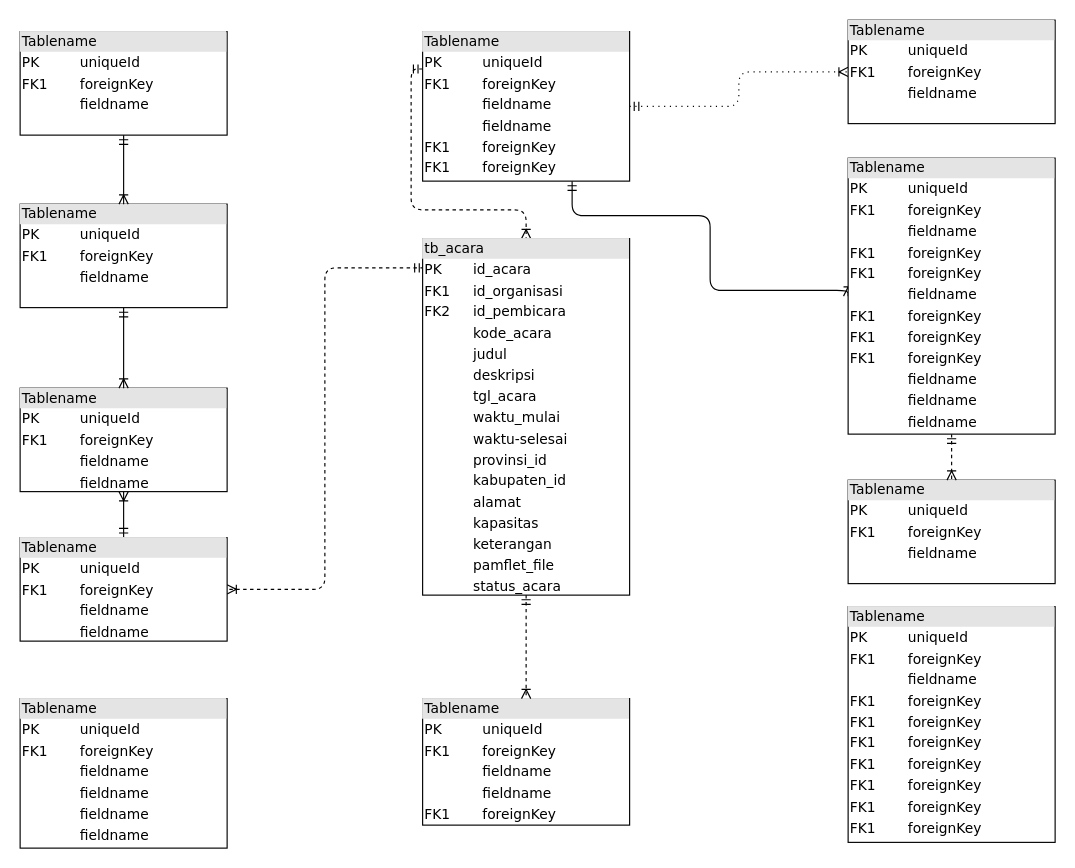
Before: Untitled Diagram.drawio in radifanmp/REM, a draw.io diagram. Source tidied: cells renumbered, new cells numbered last; positions are measured from the earlier drawing's top-left corner, leaving out a move shared by most shapes. Both pictures are drawn from the tidied source at 115%, with x=0, y=0 at pixel (20, 20).
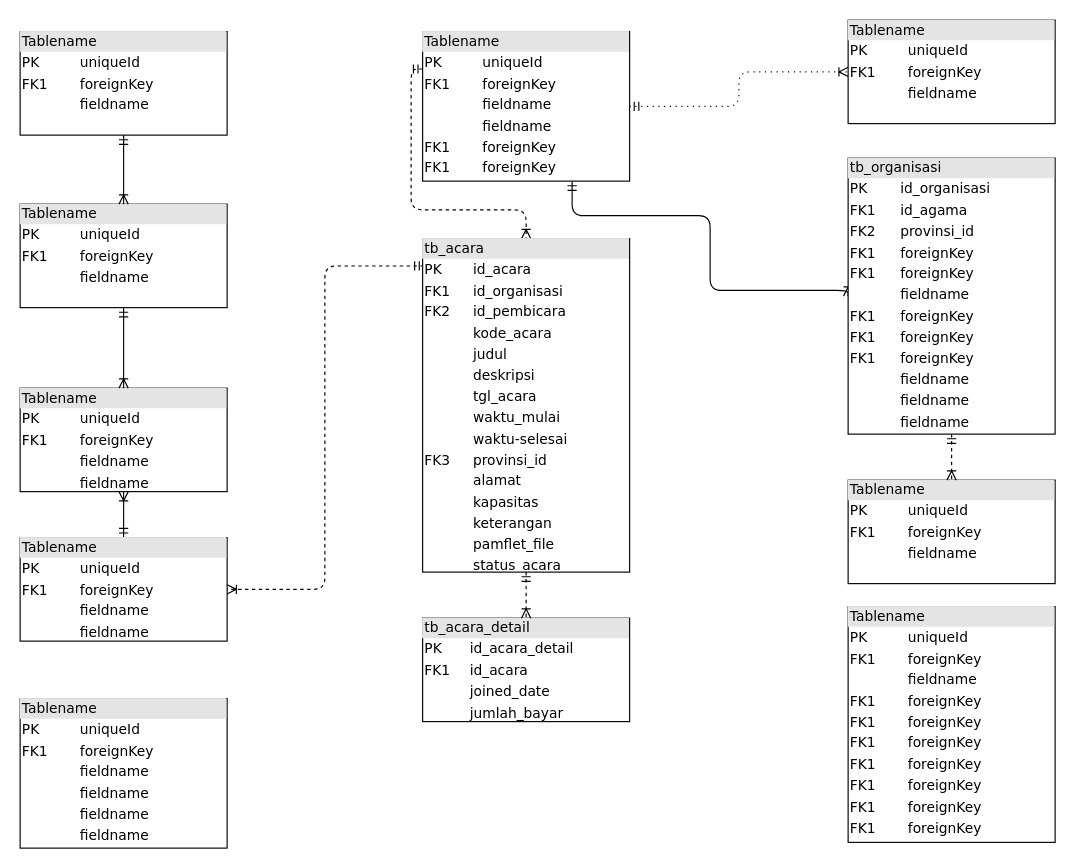
The same page after the edit.

Diff of the diagram source:
```diff
@@
-    <mxCell id="14" value="&lt;div style=&quot;box-sizing: border-box ; width: 100% ; background: #e4e4e4 ; padding: 2px&quot;&gt;Tablename&lt;/div&gt;&lt;table style=&quot;width: 100% ; font-size: 1em&quot; cellpadding=&quot;2&quot; cellspacing=&quot;0&quot;&gt;&lt;tbody&gt;&lt;tr&gt;&lt;td&gt;PK&lt;/td&gt;&lt;td&gt;uniqueId&lt;/td&gt;&lt;/tr&gt;&lt;tr&gt;&lt;td&gt;FK1&lt;/td&gt;&lt;td&gt;foreignKey&lt;/td&gt;&lt;/tr&gt;&lt;tr&gt;&lt;td&gt;&lt;/td&gt;&lt;td&gt;fieldname&lt;/td&gt;&lt;/tr&gt;&lt;tr&gt;&lt;td&gt;&lt;br&gt;&lt;/td&gt;&lt;td&gt;fieldname&lt;br&gt;&lt;/td&gt;&lt;/tr&gt;&lt;tr&gt;&lt;td&gt;FK1&lt;br&gt;&lt;/td&gt;&lt;td&gt;foreignKey&lt;br&gt;&lt;/td&gt;&lt;/tr&gt;&lt;/tbody&gt;&lt;/table&gt;" style="verticalAlign=top;align=left;overflow=fill;html=1;rounded=0;shadow=0;comic=0;labelBackgroundColor=none;strokeColor=#000000;strokeWidth=1;fillColor=#ffffff;fontFamily=Verdana;fontSize=12;fontColor=#000000;" parent="1" vertex="1">
-      <mxGeometry x="350" y="590" width="180" height="110" as="geometry" />
+    <mxCell id="14" value="&lt;div style=&quot;box-sizing: border-box ; width: 100% ; background: #e4e4e4 ; padding: 2px&quot;&gt;tb_acara_detail&lt;/div&gt;&lt;table style=&quot;width: 100% ; font-size: 1em&quot; cellpadding=&quot;2&quot; cellspacing=&quot;0&quot;&gt;&lt;tbody&gt;&lt;tr&gt;&lt;td&gt;PK&lt;/td&gt;&lt;td&gt;id_acara_detail&lt;/td&gt;&lt;/tr&gt;&lt;tr&gt;&lt;td&gt;FK1&lt;/td&gt;&lt;td&gt;id_acara&lt;/td&gt;&lt;/tr&gt;&lt;tr&gt;&lt;td&gt;&lt;/td&gt;&lt;td&gt;joined_date&lt;/td&gt;&lt;/tr&gt;&lt;tr&gt;&lt;td&gt;&lt;br&gt;&lt;/td&gt;&lt;td&gt;jumlah_bayar&lt;br&gt;&lt;/td&gt;&lt;/tr&gt;&lt;/tbody&gt;&lt;/table&gt;" style="verticalAlign=top;align=left;overflow=fill;html=1;rounded=0;shadow=0;comic=0;labelBackgroundColor=none;strokeColor=#000000;strokeWidth=1;fillColor=#ffffff;fontFamily=Verdana;fontSize=12;fontColor=#000000;" parent="1" vertex="1">
+      <mxGeometry x="350" y="520" width="180" height="90" as="geometry" />
     </mxCell>
@@
-    <mxCell id="16" value="&lt;div style=&quot;box-sizing: border-box ; width: 100% ; background: #e4e4e4 ; padding: 2px&quot;&gt;tb_acara&lt;/div&gt;&lt;table style=&quot;width: 100% ; font-size: 1em&quot; cellpadding=&quot;2&quot; cellspacing=&quot;0&quot;&gt;&lt;tbody&gt;&lt;tr&gt;&lt;td&gt;PK&lt;/td&gt;&lt;td&gt;id_acara&lt;/td&gt;&lt;/tr&gt;&lt;tr&gt;&lt;td&gt;FK1&lt;/td&gt;&lt;td&gt;id_organisasi&lt;/td&gt;&lt;/tr&gt;&lt;tr&gt;&lt;td&gt;FK2&lt;/td&gt;&lt;td&gt;id_pembicara&lt;/td&gt;&lt;/tr&gt;&lt;tr&gt;&lt;td&gt;&lt;/td&gt;&lt;td&gt;kode_acara&lt;/td&gt;&lt;/tr&gt;&lt;tr&gt;&lt;td&gt;&lt;br&gt;&lt;/td&gt;&lt;td&gt;judul&lt;br&gt;&lt;/td&gt;&lt;/tr&gt;&lt;tr&gt;&lt;td&gt;&lt;br&gt;&lt;/td&gt;&lt;td&gt;deskripsi&lt;br&gt;&lt;/td&gt;&lt;/tr&gt;&lt;tr&gt;&lt;td&gt;&lt;br&gt;&lt;/td&gt;&lt;td&gt;tgl_acara&lt;br&gt;&lt;/td&gt;&lt;/tr&gt;&lt;tr&gt;&lt;td&gt;&lt;br&gt;&lt;/td&gt;&lt;td&gt;waktu_mulai&lt;/td&gt;&lt;/tr&gt;&lt;tr&gt;&lt;td&gt;&lt;br&gt;&lt;/td&gt;&lt;td&gt;waktu-selesai&lt;br&gt;&lt;/td&gt;&lt;/tr&gt;&lt;tr&gt;&lt;td&gt;&lt;br&gt;&lt;/td&gt;&lt;td&gt;provinsi_id&lt;/td&gt;&lt;/tr&gt;&lt;tr&gt;&lt;td&gt;&lt;br&gt;&lt;/td&gt;&lt;td&gt;kabupaten_id&lt;/td&gt;&lt;/tr&gt;&lt;tr&gt;&lt;td&gt;&lt;br&gt;&lt;/td&gt;&lt;td&gt;alamat&lt;/td&gt;&lt;/tr&gt;&lt;tr&gt;&lt;td&gt;&lt;br&gt;&lt;/td&gt;&lt;td&gt;kapasitas&lt;br&gt;&lt;/td&gt;&lt;/tr&gt;&lt;tr&gt;&lt;td&gt;&lt;br&gt;&lt;/td&gt;&lt;td&gt;keterangan&lt;/td&gt;&lt;/tr&gt;&lt;tr&gt;&lt;td&gt;&lt;br&gt;&lt;/td&gt;&lt;td&gt;pamflet_file&lt;br&gt;&lt;/td&gt;&lt;/tr&gt;&lt;tr&gt;&lt;td&gt;&lt;br&gt;&lt;/td&gt;&lt;td&gt;status_acara&lt;/td&gt;&lt;/tr&gt;&lt;tr&gt;&lt;td&gt;&lt;br&gt;&lt;/td&gt;&lt;td&gt;&lt;br&gt;&lt;/td&gt;&lt;/tr&gt;&lt;/tbody&gt;&lt;/table&gt;" style="verticalAlign=top;align=left;overflow=fill;html=1;rounded=0;shadow=0;comic=0;labelBackgroundColor=none;strokeColor=#000000;strokeWidth=1;fillColor=#ffffff;fontFamily=Verdana;fontSize=12;fontColor=#000000;" parent="1" vertex="1">
-      <mxGeometry x="350" y="190" width="180" height="310" as="geometry" />
+    <mxCell id="16" value="&lt;div style=&quot;box-sizing: border-box ; width: 100% ; background: #e4e4e4 ; padding: 2px&quot;&gt;tb_acara&lt;/div&gt;&lt;table style=&quot;width: 100% ; font-size: 1em&quot; cellpadding=&quot;2&quot; cellspacing=&quot;0&quot;&gt;&lt;tbody&gt;&lt;tr&gt;&lt;td&gt;PK&lt;/td&gt;&lt;td&gt;id_acara&lt;/td&gt;&lt;/tr&gt;&lt;tr&gt;&lt;td&gt;FK1&lt;/td&gt;&lt;td&gt;id_organisasi&lt;/td&gt;&lt;/tr&gt;&lt;tr&gt;&lt;td&gt;FK2&lt;/td&gt;&lt;td&gt;id_pembicara&lt;/td&gt;&lt;/tr&gt;&lt;tr&gt;&lt;td&gt;&lt;/td&gt;&lt;td&gt;kode_acara&lt;/td&gt;&lt;/tr&gt;&lt;tr&gt;&lt;td&gt;&lt;br&gt;&lt;/td&gt;&lt;td&gt;judul&lt;br&gt;&lt;/td&gt;&lt;/tr&gt;&lt;tr&gt;&lt;td&gt;&lt;br&gt;&lt;/td&gt;&lt;td&gt;deskripsi&lt;br&gt;&lt;/td&gt;&lt;/tr&gt;&lt;tr&gt;&lt;td&gt;&lt;br&gt;&lt;/td&gt;&lt;td&gt;tgl_acara&lt;br&gt;&lt;/td&gt;&lt;/tr&gt;&lt;tr&gt;&lt;td&gt;&lt;br&gt;&lt;/td&gt;&lt;td&gt;waktu_mulai&lt;/td&gt;&lt;/tr&gt;&lt;tr&gt;&lt;td&gt;&lt;br&gt;&lt;/td&gt;&lt;td&gt;waktu-selesai&lt;br&gt;&lt;/td&gt;&lt;/tr&gt;&lt;tr&gt;&lt;td&gt;FK3&lt;/td&gt;&lt;td&gt;provinsi_id&lt;/td&gt;&lt;/tr&gt;&lt;tr&gt;&lt;td&gt;&lt;br&gt;&lt;/td&gt;&lt;td&gt;alamat&lt;/td&gt;&lt;/tr&gt;&lt;tr&gt;&lt;td&gt;&lt;br&gt;&lt;/td&gt;&lt;td&gt;kapasitas&lt;br&gt;&lt;/td&gt;&lt;/tr&gt;&lt;tr&gt;&lt;td&gt;&lt;br&gt;&lt;/td&gt;&lt;td&gt;keterangan&lt;/td&gt;&lt;/tr&gt;&lt;tr&gt;&lt;td&gt;&lt;br&gt;&lt;/td&gt;&lt;td&gt;pamflet_file&lt;br&gt;&lt;/td&gt;&lt;/tr&gt;&lt;tr&gt;&lt;td&gt;&lt;br&gt;&lt;/td&gt;&lt;td&gt;status_acara&lt;/td&gt;&lt;/tr&gt;&lt;tr&gt;&lt;td&gt;&lt;br&gt;&lt;/td&gt;&lt;td&gt;&lt;br&gt;&lt;/td&gt;&lt;/tr&gt;&lt;/tbody&gt;&lt;/table&gt;" style="verticalAlign=top;align=left;overflow=fill;html=1;rounded=0;shadow=0;comic=0;labelBackgroundColor=none;strokeColor=#000000;strokeWidth=1;fillColor=#ffffff;fontFamily=Verdana;fontSize=12;fontColor=#000000;" parent="1" vertex="1">
+      <mxGeometry x="350" y="190" width="180" height="290" as="geometry" />
     </mxCell>
@@
-    <mxCell id="19" value="&lt;div style=&quot;box-sizing: border-box ; width: 100% ; background: #e4e4e4 ; padding: 2px&quot;&gt;Tablename&lt;/div&gt;&lt;table style=&quot;width: 100% ; font-size: 1em&quot; cellpadding=&quot;2&quot; cellspacing=&quot;0&quot;&gt;&lt;tbody&gt;&lt;tr&gt;&lt;td&gt;PK&lt;/td&gt;&lt;td&gt;uniqueId&lt;/td&gt;&lt;/tr&gt;&lt;tr&gt;&lt;td&gt;FK1&lt;/td&gt;&lt;td&gt;foreignKey&lt;/td&gt;&lt;/tr&gt;&lt;tr&gt;&lt;td&gt;&lt;/td&gt;&lt;td&gt;fieldname&lt;/td&gt;&lt;/tr&gt;&lt;tr&gt;&lt;td&gt;FK1&lt;br&gt;&lt;/td&gt;&lt;td&gt;foreignKey&lt;br&gt;&lt;/td&gt;&lt;/tr&gt;&lt;tr&gt;&lt;td&gt;FK1&lt;br&gt;&lt;/td&gt;&lt;td&gt;foreignKey&lt;br&gt;&lt;/td&gt;&lt;/tr&gt;&lt;tr&gt;&lt;td&gt;&lt;br&gt;&lt;/td&gt;&lt;td&gt;fieldname&lt;br&gt;&lt;/td&gt;&lt;/tr&gt;&lt;tr&gt;&lt;td&gt;FK1&lt;br&gt;&lt;/td&gt;&lt;td&gt;foreignKey&lt;br&gt;&lt;/td&gt;&lt;/tr&gt;&lt;tr&gt;&lt;td&gt;FK1&lt;br&gt;&lt;/td&gt;&lt;td&gt;foreignKey&lt;br&gt;&lt;/td&gt;&lt;/tr&gt;&lt;tr&gt;&lt;td&gt;FK1&lt;br&gt;&lt;/td&gt;&lt;td&gt;foreignKey&lt;br&gt;&lt;/td&gt;&lt;/tr&gt;&lt;tr&gt;&lt;td&gt;&lt;br&gt;&lt;/td&gt;&lt;td&gt;fieldname&lt;br&gt;&lt;/td&gt;&lt;/tr&gt;&lt;tr&gt;&lt;td&gt;&lt;br&gt;&lt;/td&gt;&lt;td&gt;fieldname&lt;br&gt;&lt;/td&gt;&lt;/tr&gt;&lt;tr&gt;&lt;td&gt;&lt;br&gt;&lt;/td&gt;&lt;td&gt;fieldname&lt;br&gt;&lt;/td&gt;&lt;/tr&gt;&lt;/tbody&gt;&lt;/table&gt;" style="verticalAlign=top;align=left;overflow=fill;html=1;rounded=0;shadow=0;comic=0;labelBackgroundColor=none;strokeColor=#000000;strokeWidth=1;fillColor=#ffffff;fontFamily=Verdana;fontSize=12;fontColor=#000000;" parent="1" vertex="1">
+    <mxCell id="19" value="&lt;div style=&quot;box-sizing: border-box ; width: 100% ; background: #e4e4e4 ; padding: 2px&quot;&gt;tb_organisasi&lt;/div&gt;&lt;table style=&quot;width: 100% ; font-size: 1em&quot; cellpadding=&quot;2&quot; cellspacing=&quot;0&quot;&gt;&lt;tbody&gt;&lt;tr&gt;&lt;td&gt;PK&lt;/td&gt;&lt;td&gt;id_organisasi&lt;/td&gt;&lt;/tr&gt;&lt;tr&gt;&lt;td&gt;FK1&lt;/td&gt;&lt;td&gt;id_agama&lt;/td&gt;&lt;/tr&gt;&lt;tr&gt;&lt;td&gt;FK2&lt;/td&gt;&lt;td&gt;provinsi_id&lt;/td&gt;&lt;/tr&gt;&lt;tr&gt;&lt;td&gt;FK1&lt;br&gt;&lt;/td&gt;&lt;td&gt;foreignKey&lt;br&gt;&lt;/td&gt;&lt;/tr&gt;&lt;tr&gt;&lt;td&gt;FK1&lt;br&gt;&lt;/td&gt;&lt;td&gt;foreignKey&lt;br&gt;&lt;/td&gt;&lt;/tr&gt;&lt;tr&gt;&lt;td&gt;&lt;br&gt;&lt;/td&gt;&lt;td&gt;fieldname&lt;br&gt;&lt;/td&gt;&lt;/tr&gt;&lt;tr&gt;&lt;td&gt;FK1&lt;br&gt;&lt;/td&gt;&lt;td&gt;foreignKey&lt;br&gt;&lt;/td&gt;&lt;/tr&gt;&lt;tr&gt;&lt;td&gt;FK1&lt;br&gt;&lt;/td&gt;&lt;td&gt;foreignKey&lt;br&gt;&lt;/td&gt;&lt;/tr&gt;&lt;tr&gt;&lt;td&gt;FK1&lt;br&gt;&lt;/td&gt;&lt;td&gt;foreignKey&lt;br&gt;&lt;/td&gt;&lt;/tr&gt;&lt;tr&gt;&lt;td&gt;&lt;br&gt;&lt;/td&gt;&lt;td&gt;fieldname&lt;br&gt;&lt;/td&gt;&lt;/tr&gt;&lt;tr&gt;&lt;td&gt;&lt;br&gt;&lt;/td&gt;&lt;td&gt;fieldname&lt;br&gt;&lt;/td&gt;&lt;/tr&gt;&lt;tr&gt;&lt;td&gt;&lt;br&gt;&lt;/td&gt;&lt;td&gt;fieldname&lt;br&gt;&lt;/td&gt;&lt;/tr&gt;&lt;/tbody&gt;&lt;/table&gt;" style="verticalAlign=top;align=left;overflow=fill;html=1;rounded=0;shadow=0;comic=0;labelBackgroundColor=none;strokeColor=#000000;strokeWidth=1;fillColor=#ffffff;fontFamily=Verdana;fontSize=12;fontColor=#000000;" parent="1" vertex="1">
       <mxGeometry x="720" y="120" width="180" height="240" as="geometry" />
     </mxCell>
```
